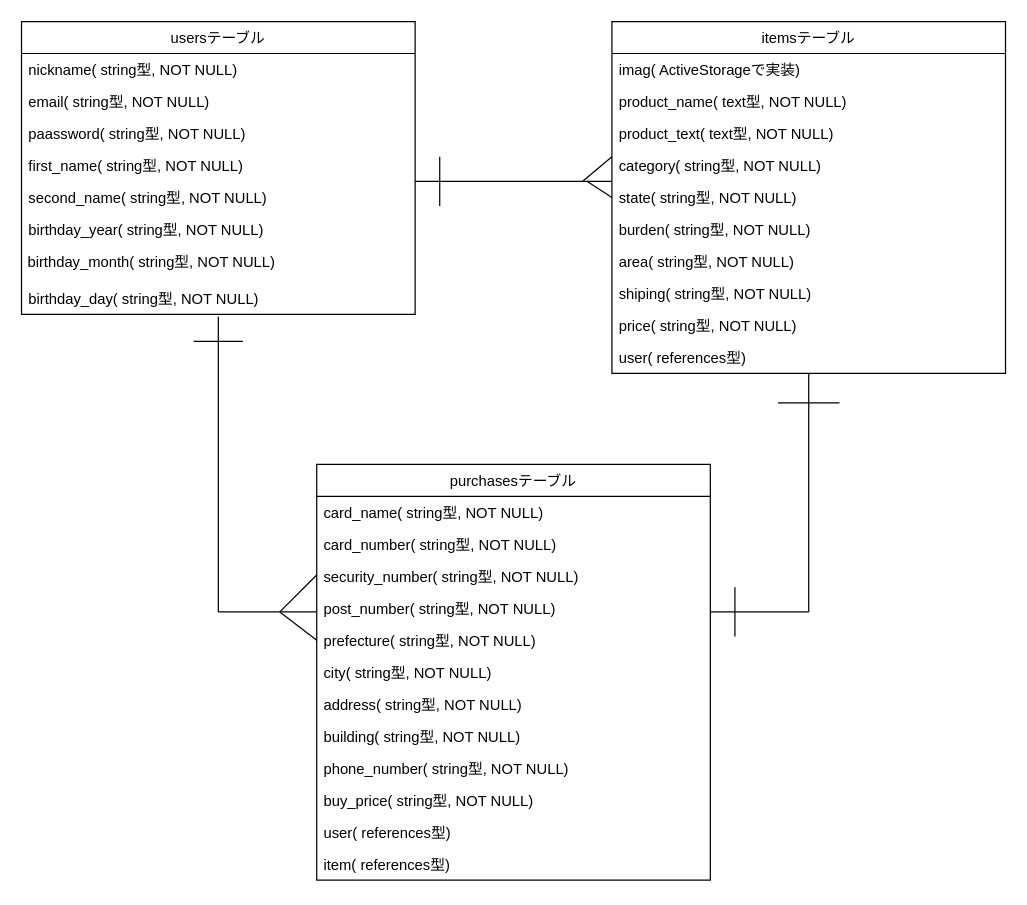
This is page "Page-1" (1 of 2) of furima.dio from ryusyo621/furima-33473, a draw.io file, before an edit. Source tidied: cells renumbered, new cells numbered last; positions are measured from the earlier drawing's top-left corner, leaving out a move shared by most shapes. Both pictures are drawn from the tidied source at 123%, with x=0, y=0 at pixel (21, 21).
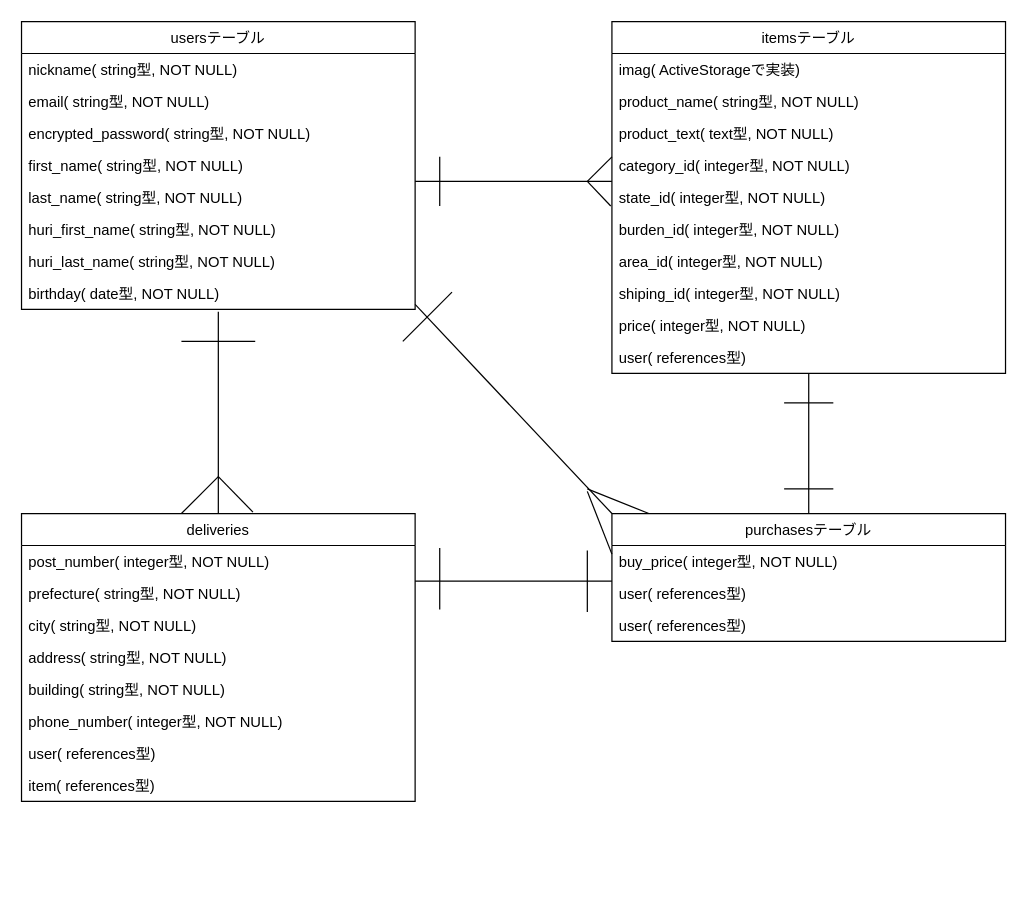
The same page after the edit.

The change refers to these unchanged cells:
```xml
<mxCell id="2" value="itemsテーブル" style="swimlane;fontStyle=0;horizontal=1;startSize=26;fillColor=none;" parent="1" vertex="1">
  <mxGeometry x="480" width="320" height="286" as="geometry" />
</mxCell>
```

What changed in the source:
```diff
@@
-    <mxCell id="4" value="product_name( text型, NOT NULL)" style="text;strokeColor=none;fillColor=none;align=left;verticalAlign=top;spacingLeft=4;spacingRight=4;overflow=hidden;" parent="2" vertex="1">
+    <mxCell id="4" value="product_name( string型, NOT NULL)" style="text;strokeColor=none;fillColor=none;align=left;verticalAlign=top;spacingLeft=4;spacingRight=4;overflow=hidden;" parent="2" vertex="1">
       <mxGeometry y="52" width="320" height="26" as="geometry" />
     </mxCell>
@@
-    <mxCell id="6" value="category( string型, NOT NULL)" style="text;strokeColor=none;fillColor=none;align=left;verticalAlign=top;spacingLeft=4;spacingRight=4;overflow=hidden;" parent="2" vertex="1">
+    <mxCell id="6" value="category_id( integer型, NOT NULL)" style="text;strokeColor=none;fillColor=none;align=left;verticalAlign=top;spacingLeft=4;spacingRight=4;overflow=hidden;" parent="2" vertex="1">
       <mxGeometry y="104" width="320" height="26" as="geometry" />
     </mxCell>
-    <mxCell id="7" value="state( string型, NOT NULL)" style="text;strokeColor=none;fillColor=none;align=left;verticalAlign=top;spacingLeft=4;spacingRight=4;overflow=hidden;points=[[0,0.5],[1,0.5]];portConstraint=eastwest;" parent="2" vertex="1">
+    <mxCell id="7" value="state_id( integer型, NOT NULL)" style="text;strokeColor=none;fillColor=none;align=left;verticalAlign=top;spacingLeft=4;spacingRight=4;overflow=hidden;points=[[0,0.5],[1,0.5]];portConstraint=eastwest;" parent="2" vertex="1">
       <mxGeometry y="130" width="320" height="26" as="geometry" />
     </mxCell>
-    <mxCell id="8" value="burden( string型, NOT NULL)" style="text;strokeColor=none;fillColor=none;align=left;verticalAlign=top;spacingLeft=4;spacingRight=4;overflow=hidden;" parent="2" vertex="1">
+    <mxCell id="8" value="burden_id( integer型, NOT NULL)" style="text;strokeColor=none;fillColor=none;align=left;verticalAlign=top;spacingLeft=4;spacingRight=4;overflow=hidden;" parent="2" vertex="1">
       <mxGeometry y="156" width="320" height="26" as="geometry" />
     </mxCell>
-    <mxCell id="9" value="area( string型, NOT NULL)" style="text;strokeColor=none;fillColor=none;align=left;verticalAlign=top;spacingLeft=4;spacingRight=4;overflow=hidden;" parent="2" vertex="1">
+    <mxCell id="9" value="area_id( integer型, NOT NULL)" style="text;strokeColor=none;fillColor=none;align=left;verticalAlign=top;spacingLeft=4;spacingRight=4;overflow=hidden;" parent="2" vertex="1">
       <mxGeometry y="182" width="320" height="26" as="geometry" />
     </mxCell>
-    <mxCell id="10" value="shiping( string型, NOT NULL)" style="text;strokeColor=none;fillColor=none;align=left;verticalAlign=top;spacingLeft=4;spacingRight=4;overflow=hidden;" parent="2" vertex="1">
+    <mxCell id="10" value="shiping_id( integer型, NOT NULL)" style="text;strokeColor=none;fillColor=none;align=left;verticalAlign=top;spacingLeft=4;spacingRight=4;overflow=hidden;" parent="2" vertex="1">
       <mxGeometry y="208" width="320" height="26" as="geometry" />
     </mxCell>
-    <mxCell id="11" value="price( string型, NOT NULL)" style="text;strokeColor=none;fillColor=none;align=left;verticalAlign=top;spacingLeft=4;spacingRight=4;overflow=hidden;" parent="2" vertex="1">
+    <mxCell id="11" value="price( integer型, NOT NULL)" style="text;strokeColor=none;fillColor=none;align=left;verticalAlign=top;spacingLeft=4;spacingRight=4;overflow=hidden;" parent="2" vertex="1">
       <mxGeometry y="234" width="320" height="26" as="geometry" />
     </mxCell>
@@
     <mxCell id="13" value="usersテーブル" style="swimlane;fontStyle=0;horizontal=1;startSize=26;fillColor=none;" parent="1" vertex="1">
-      <mxGeometry width="320" height="238" as="geometry" />
+      <mxGeometry width="320" height="234" as="geometry" />
     </mxCell>
@@
-    <mxCell id="16" value="paassword( string型, NOT NULL)" style="text;strokeColor=none;fillColor=none;align=left;verticalAlign=top;spacingLeft=4;spacingRight=4;overflow=hidden;" parent="13" vertex="1">
+    <mxCell id="16" value="encrypted_password( string型, NOT NULL)" style="text;strokeColor=none;fillColor=none;align=left;verticalAlign=top;spacingLeft=4;spacingRight=4;overflow=hidden;" parent="13" vertex="1">
       <mxGeometry y="78" width="320" height="26" as="geometry" />
     </mxCell>
@@
-    <mxCell id="18" value="second_name( string型, NOT NULL)" style="text;strokeColor=none;fillColor=none;align=left;verticalAlign=top;spacingLeft=4;spacingRight=4;overflow=hidden;" parent="13" vertex="1">
+    <mxCell id="18" value="last_name( string型, NOT NULL)" style="text;strokeColor=none;fillColor=none;align=left;verticalAlign=top;spacingLeft=4;spacingRight=4;overflow=hidden;" parent="13" vertex="1">
       <mxGeometry y="130" width="320" height="26" as="geometry" />
     </mxCell>
@@
+    <mxCell id="48" value="huri_first_name( string型, NOT NULL)" style="text;strokeColor=none;fillColor=none;align=left;verticalAlign=top;spacingLeft=4;spacingRight=4;overflow=hidden;" parent="13" vertex="1">
+      <mxGeometry y="156" width="320" height="26" as="geometry" />
+    </mxCell>
+    <mxCell id="49" value="huri_last_name( string型, NOT NULL)" style="text;strokeColor=none;fillColor=none;align=left;verticalAlign=top;spacingLeft=4;spacingRight=4;overflow=hidden;" parent="13" vertex="1">
+      <mxGeometry y="182" width="320" height="26" as="geometry" />
+    </mxCell>
-    <mxCell id="20" value="birthday_year( string型, NOT NULL)" style="text;strokeColor=none;fillColor=none;align=left;verticalAlign=top;spacingLeft=4;spacingRight=4;overflow=hidden;" parent="13" vertex="1">
-      <mxGeometry y="156" width="320" height="26" as="geometry" />
+    <mxCell id="20" value="birthday( date型, NOT NULL)" style="text;strokeColor=none;fillColor=none;align=left;verticalAlign=top;spacingLeft=4;spacingRight=4;overflow=hidden;" parent="13" vertex="1">
+      <mxGeometry y="208" width="320" height="26" as="geometry" />
     </mxCell>
-    <mxCell id="21" value="&lt;font face=&quot;helvetica&quot;&gt;&amp;nbsp;birthday_month&lt;/font&gt;&lt;span&gt;( string型, NOT NULL)&lt;/span&gt;" style="text;whiteSpace=wrap;html=1;" parent="13" vertex="1">
-      <mxGeometry y="182" width="320" height="30" as="geometry" />
-    </mxCell>
-    <mxCell id="22" value="birthday_day( string型, NOT NULL)" style="text;strokeColor=none;fillColor=none;align=left;verticalAlign=top;spacingLeft=4;spacingRight=4;overflow=hidden;" parent="13" vertex="1">
-      <mxGeometry y="212" width="320" height="26" as="geometry" />
-    </mxCell>
     <mxCell id="23" value="purchasesテーブル" style="swimlane;fontStyle=0;horizontal=1;startSize=26;fillColor=none;" parent="1" vertex="1">
-      <mxGeometry x="240" y="360" width="320" height="338" as="geometry" />
+      <mxGeometry x="480" y="400" width="320" height="104" as="geometry" />
     </mxCell>
-    <mxCell id="24" value="card_name( string型, NOT NULL)" style="text;strokeColor=none;fillColor=none;align=left;verticalAlign=top;spacingLeft=4;spacingRight=4;overflow=hidden;" parent="23" vertex="1">
-      <mxGeometry y="26" width="320" height="26" as="geometry" />
-    </mxCell>
-    <mxCell id="25" value="card_number( string型, NOT NULL)" style="text;strokeColor=none;fillColor=none;align=left;verticalAlign=top;spacingLeft=4;spacingRight=4;overflow=hidden;" parent="23" vertex="1">
-      <mxGeometry y="52" width="320" height="26" as="geometry" />
-    </mxCell>
-    <mxCell id="26" value="security_number( string型, NOT NULL)" style="text;strokeColor=none;fillColor=none;align=left;verticalAlign=top;spacingLeft=4;spacingRight=4;overflow=hidden;" parent="23" vertex="1">
-      <mxGeometry y="78" width="320" height="26" as="geometry" />
-    </mxCell>
+    <mxCell id="50" style="endArrow=none;html=1;exitX=0;exitY=0.269;exitDx=0;exitDy=0;exitPerimeter=0;" parent="23" edge="1" source="51">
+      <mxGeometry relative="1" as="geometry">
+        <mxPoint x="-20" y="-18" as="targetPoint" />
+      </mxGeometry>
+    </mxCell>
+    <mxCell id="51" value="buy_price( integer型, NOT NULL)" style="text;strokeColor=none;fillColor=none;align=left;verticalAlign=top;spacingLeft=4;spacingRight=4;overflow=hidden;points=[[0,0.5],[1,0.5]];portConstraint=eastwest;" parent="23" vertex="1">
+      <mxGeometry y="26" width="320" height="26" as="geometry" />
+    </mxCell>
+    <mxCell id="34" value="user( references型)" style="text;strokeColor=none;fillColor=none;align=left;verticalAlign=top;spacingLeft=4;spacingRight=4;overflow=hidden;points=[[0,0.5],[1,0.5]];portConstraint=eastwest;" parent="23" vertex="1">
+      <mxGeometry y="52" width="320" height="26" as="geometry" />
+    </mxCell>
+    <mxCell id="52" value="user( references型)" style="text;strokeColor=none;fillColor=none;align=left;verticalAlign=top;spacingLeft=4;spacingRight=4;overflow=hidden;" parent="23" vertex="1">
+      <mxGeometry y="78" width="320" height="26" as="geometry" />
+    </mxCell>
+    <mxCell id="36" style="endArrow=none;html=1;" parent="1" edge="1">
+      <mxGeometry relative="1" as="geometry">
+        <mxPoint x="460" y="380" as="sourcePoint" />
+        <mxPoint x="510" y="400" as="targetPoint" />
+      </mxGeometry>
+    </mxCell>
+    <mxCell id="37" style="endArrow=none;html=1;" parent="1" edge="1">
+      <mxGeometry relative="1" as="geometry">
+        <mxPoint x="640" y="400" as="sourcePoint" />
+        <mxPoint x="640" y="286" as="targetPoint" />
+      </mxGeometry>
+    </mxCell>
+    <mxCell id="39" style="endArrow=none;html=1;" parent="1" edge="1">
+      <mxGeometry relative="1" as="geometry">
+        <mxPoint x="620" y="310" as="sourcePoint" />
+        <mxPoint x="660" y="310" as="targetPoint" />
+      </mxGeometry>
+    </mxCell>
+    <mxCell id="40" style="endArrow=none;html=1;exitX=0;exitY=0;exitDx=0;exitDy=0;" parent="1" edge="1" source="23">
+      <mxGeometry relative="1" as="geometry">
+        <mxPoint x="320" y="230" as="targetPoint" />
+      </mxGeometry>
+    </mxCell>
+    <mxCell id="44" style="endArrow=none;html=1;" parent="1" edge="1">
+      <mxGeometry relative="1" as="geometry">
+        <mxPoint x="310" y="260" as="sourcePoint" />
+        <mxPoint x="350" y="220" as="targetPoint" />
+      </mxGeometry>
+    </mxCell>
+    <mxCell id="45" style="endArrow=none;html=1;" parent="1" edge="1">
+      <mxGeometry relative="1" as="geometry">
+        <mxPoint x="320" y="130" as="sourcePoint" />
+        <mxPoint x="480" y="130" as="targetPoint" />
+      </mxGeometry>
+    </mxCell>
+    <mxCell id="47" style="endArrow=none;html=1;" parent="1" edge="1">
+      <mxGeometry relative="1" as="geometry">
+        <mxPoint x="620" y="380" as="sourcePoint" />
+        <mxPoint x="660" y="380" as="targetPoint" />
+      </mxGeometry>
+    </mxCell>
+    <mxCell id="53" value="deliveries" style="swimlane;fontStyle=0;horizontal=1;startSize=26;fillColor=none;" parent="1" vertex="1">
+      <mxGeometry y="400" width="320" height="234" as="geometry" />
+    </mxCell>
+    <mxCell id="54" style="endArrow=none;html=1;" parent="53" edge="1">
+      <mxGeometry relative="1" as="geometry">
+        <mxPoint x="130" as="sourcePoint" />
+        <mxPoint x="160" y="-30" as="targetPoint" />
+      </mxGeometry>
+    </mxCell>
-    <mxCell id="27" value="post_number( string型, NOT NULL)" style="text;strokeColor=none;fillColor=none;align=left;verticalAlign=top;spacingLeft=4;spacingRight=4;overflow=hidden;" parent="23" vertex="1">
-      <mxGeometry y="104" width="320" height="26" as="geometry" />
+    <mxCell id="27" value="post_number( integer型, NOT NULL)" style="text;strokeColor=none;fillColor=none;align=left;verticalAlign=top;spacingLeft=4;spacingRight=4;overflow=hidden;" parent="53" vertex="1">
+      <mxGeometry y="26" width="320" height="26" as="geometry" />
     </mxCell>
-    <mxCell id="28" value="prefecture( string型, NOT NULL)" style="text;strokeColor=none;fillColor=none;align=left;verticalAlign=top;spacingLeft=4;spacingRight=4;overflow=hidden;points=[[0,0.5],[1,0.5]];portConstraint=eastwest;" parent="23" vertex="1">
-      <mxGeometry y="130" width="320" height="26" as="geometry" />
+    <mxCell id="28" value="prefecture( string型, NOT NULL)" style="text;strokeColor=none;fillColor=none;align=left;verticalAlign=top;spacingLeft=4;spacingRight=4;overflow=hidden;points=[[0,0.5],[1,0.5]];portConstraint=eastwest;" parent="53" vertex="1">
+      <mxGeometry y="52" width="320" height="26" as="geometry" />
     </mxCell>
-    <mxCell id="29" value="city( string型, NOT NULL)" style="text;strokeColor=none;fillColor=none;align=left;verticalAlign=top;spacingLeft=4;spacingRight=4;overflow=hidden;" parent="23" vertex="1">
-      <mxGeometry y="156" width="320" height="26" as="geometry" />
+    <mxCell id="29" value="city( string型, NOT NULL)" style="text;strokeColor=none;fillColor=none;align=left;verticalAlign=top;spacingLeft=4;spacingRight=4;overflow=hidden;" parent="53" vertex="1">
+      <mxGeometry y="78" width="320" height="26" as="geometry" />
     </mxCell>
-    <mxCell id="30" value="address( string型, NOT NULL)" style="text;strokeColor=none;fillColor=none;align=left;verticalAlign=top;spacingLeft=4;spacingRight=4;overflow=hidden;" parent="23" vertex="1">
-      <mxGeometry y="182" width="320" height="26" as="geometry" />
+    <mxCell id="30" value="address( string型, NOT NULL)" style="text;strokeColor=none;fillColor=none;align=left;verticalAlign=top;spacingLeft=4;spacingRight=4;overflow=hidden;" parent="53" vertex="1">
+      <mxGeometry y="104" width="320" height="26" as="geometry" />
     </mxCell>
-    <mxCell id="31" value="building( string型, NOT NULL)" style="text;strokeColor=none;fillColor=none;align=left;verticalAlign=top;spacingLeft=4;spacingRight=4;overflow=hidden;" parent="23" vertex="1">
-      <mxGeometry y="208" width="320" height="26" as="geometry" />
+    <mxCell id="31" value="building( string型, NOT NULL)" style="text;strokeColor=none;fillColor=none;align=left;verticalAlign=top;spacingLeft=4;spacingRight=4;overflow=hidden;" parent="53" vertex="1">
+      <mxGeometry y="130" width="320" height="26" as="geometry" />
     </mxCell>
-    <mxCell id="32" value="phone_number( string型, NOT NULL)" style="text;strokeColor=none;fillColor=none;align=left;verticalAlign=top;spacingLeft=4;spacingRight=4;overflow=hidden;" parent="23" vertex="1">
-      <mxGeometry y="234" width="320" height="26" as="geometry" />
+    <mxCell id="32" value="phone_number( integer型, NOT NULL)" style="text;strokeColor=none;fillColor=none;align=left;verticalAlign=top;spacingLeft=4;spacingRight=4;overflow=hidden;" parent="53" vertex="1">
+      <mxGeometry y="156" width="320" height="26" as="geometry" />
     </mxCell>
-    <mxCell id="33" value="buy_price( string型, NOT NULL)" style="text;strokeColor=none;fillColor=none;align=left;verticalAlign=top;spacingLeft=4;spacingRight=4;overflow=hidden;" parent="23" vertex="1">
-      <mxGeometry y="260" width="320" height="26" as="geometry" />
-    </mxCell>
-    <mxCell id="34" value="user( references型)" style="text;strokeColor=none;fillColor=none;align=left;verticalAlign=top;spacingLeft=4;spacingRight=4;overflow=hidden;points=[[0,0.5],[1,0.5]];portConstraint=eastwest;" parent="23" vertex="1">
-      <mxGeometry y="286" width="320" height="26" as="geometry" />
-    </mxCell>
+    <mxCell id="55" value="user( references型)" style="text;strokeColor=none;fillColor=none;align=left;verticalAlign=top;spacingLeft=4;spacingRight=4;overflow=hidden;" parent="53" vertex="1">
+      <mxGeometry y="182" width="320" height="26" as="geometry" />
+    </mxCell>
-    <mxCell id="35" value="item( references型)" style="text;strokeColor=none;fillColor=none;align=left;verticalAlign=top;spacingLeft=4;spacingRight=4;overflow=hidden;" parent="23" vertex="1">
-      <mxGeometry y="312" width="320" height="26" as="geometry" />
+    <mxCell id="35" value="item( references型)" style="text;strokeColor=none;fillColor=none;align=left;verticalAlign=top;spacingLeft=4;spacingRight=4;overflow=hidden;" parent="53" vertex="1">
+      <mxGeometry y="208" width="320" height="26" as="geometry" />
     </mxCell>
-    <mxCell id="36" style="endArrow=none;html=1;" parent="1" edge="1">
-      <mxGeometry relative="1" as="geometry">
-        <mxPoint x="560" y="480" as="sourcePoint" />
-        <mxPoint x="640" y="480" as="targetPoint" />
-      </mxGeometry>
-    </mxCell>
-    <mxCell id="37" style="endArrow=none;html=1;" parent="1" edge="1">
-      <mxGeometry relative="1" as="geometry">
-        <mxPoint x="640" y="480" as="sourcePoint" />
-        <mxPoint x="640" y="286" as="targetPoint" />
-      </mxGeometry>
-    </mxCell>
-    <mxCell id="38" style="endArrow=none;html=1;" parent="1" edge="1">
-      <mxGeometry relative="1" as="geometry">
-        <mxPoint x="456" y="130" as="sourcePoint" />
-        <mxPoint x="480" y="110" as="targetPoint" />
-      </mxGeometry>
-    </mxCell>
-    <mxCell id="39" style="endArrow=none;html=1;" parent="1" edge="1">
-      <mxGeometry relative="1" as="geometry">
-        <mxPoint x="615" y="310" as="sourcePoint" />
-        <mxPoint x="665" y="310" as="targetPoint" />
-      </mxGeometry>
-    </mxCell>
-    <mxCell id="40" style="endArrow=none;html=1;" parent="1" edge="1">
-      <mxGeometry relative="1" as="geometry">
-        <mxPoint x="160" y="480" as="sourcePoint" />
-        <mxPoint x="160" y="240" as="targetPoint" />
-      </mxGeometry>
-    </mxCell>
-    <mxCell id="41" style="endArrow=none;html=1;" parent="1" edge="1">
-      <mxGeometry relative="1" as="geometry">
-        <mxPoint x="160" y="480" as="sourcePoint" />
-        <mxPoint x="240" y="480" as="targetPoint" />
-      </mxGeometry>
-    </mxCell>
-    <mxCell id="42" style="endArrow=none;html=1;entryX=0;entryY=0.5;entryDx=0;entryDy=0;" parent="1" edge="1" target="28">
-      <mxGeometry relative="1" as="geometry">
-        <mxPoint x="210" y="480" as="sourcePoint" />
-      </mxGeometry>
-    </mxCell>
-    <mxCell id="43" style="endArrow=none;html=1;" parent="1" edge="1">
-      <mxGeometry relative="1" as="geometry">
-        <mxPoint x="210" y="480" as="sourcePoint" />
-        <mxPoint x="240" y="450" as="targetPoint" />
-      </mxGeometry>
-    </mxCell>
-    <mxCell id="44" style="endArrow=none;html=1;" parent="1" edge="1">
-      <mxGeometry relative="1" as="geometry">
-        <mxPoint x="140" y="260" as="sourcePoint" />
-        <mxPoint x="180" y="260" as="targetPoint" />
-      </mxGeometry>
-    </mxCell>
-    <mxCell id="45" style="endArrow=none;html=1;" parent="1" edge="1">
-      <mxGeometry relative="1" as="geometry">
-        <mxPoint x="320" y="130" as="sourcePoint" />
-        <mxPoint x="480" y="130" as="targetPoint" />
-      </mxGeometry>
-    </mxCell>
-    <mxCell id="46" style="endArrow=none;html=1;entryX=0;entryY=0.5;entryDx=0;entryDy=0;" parent="1" edge="1" target="7">
-      <mxGeometry relative="1" as="geometry">
-        <mxPoint x="460" y="130" as="sourcePoint" />
-      </mxGeometry>
-    </mxCell>
-    <mxCell id="47" style="endArrow=none;html=1;" parent="1" edge="1">
-      <mxGeometry relative="1" as="geometry">
-        <mxPoint x="580" y="500" as="sourcePoint" />
-        <mxPoint x="580" y="460" as="targetPoint" />
-      </mxGeometry>
-    </mxCell>
+    <mxCell id="56" style="endArrow=none;html=1;entryX=0;entryY=0.115;entryDx=0;entryDy=0;entryPerimeter=0;" parent="1" edge="1" target="34">
+      <mxGeometry relative="1" as="geometry">
+        <mxPoint x="320" y="455" as="sourcePoint" />
+      </mxGeometry>
+    </mxCell>
+    <mxCell id="57" style="endArrow=none;html=1;" parent="1" edge="1">
+      <mxGeometry relative="1" as="geometry">
+        <mxPoint x="460" y="480" as="sourcePoint" />
+        <mxPoint x="460" y="430" as="targetPoint" />
+      </mxGeometry>
+    </mxCell>
+    <mxCell id="58" style="endArrow=none;html=1;entryX=0.588;entryY=-0.005;entryDx=0;entryDy=0;entryPerimeter=0;" parent="1" edge="1" target="53">
+      <mxGeometry relative="1" as="geometry">
+        <mxPoint x="160" y="370" as="sourcePoint" />
+      </mxGeometry>
+    </mxCell>
+    <mxCell id="59" style="endArrow=none;html=1;" parent="1" edge="1">
+      <mxGeometry relative="1" as="geometry">
+        <mxPoint x="130" y="260" as="sourcePoint" />
+        <mxPoint x="190" y="260" as="targetPoint" />
+      </mxGeometry>
+    </mxCell>
+    <mxCell id="60" style="endArrow=none;html=1;exitX=0.5;exitY=0;exitDx=0;exitDy=0;" parent="1" edge="1" source="53">
+      <mxGeometry relative="1" as="geometry">
+        <mxPoint x="160" y="236" as="targetPoint" />
+      </mxGeometry>
+    </mxCell>
+    <mxCell id="61" style="endArrow=none;html=1;exitX=-0.003;exitY=0.769;exitDx=0;exitDy=0;exitPerimeter=0;" parent="1" edge="1" source="7">
+      <mxGeometry relative="1" as="geometry">
+        <mxPoint x="460" y="130" as="targetPoint" />
+      </mxGeometry>
+    </mxCell>
+    <mxCell id="62" style="endArrow=none;html=1;" parent="1" edge="1">
+      <mxGeometry relative="1" as="geometry">
+        <mxPoint x="460" y="130" as="sourcePoint" />
+        <mxPoint x="480" y="110" as="targetPoint" />
+      </mxGeometry>
+    </mxCell>
+    <mxCell id="63" style="endArrow=none;html=1;" parent="1" edge="1">
+      <mxGeometry relative="1" as="geometry">
+        <mxPoint x="340" y="478" as="sourcePoint" />
+        <mxPoint x="340" y="428" as="targetPoint" />
+      </mxGeometry>
+    </mxCell>
```
